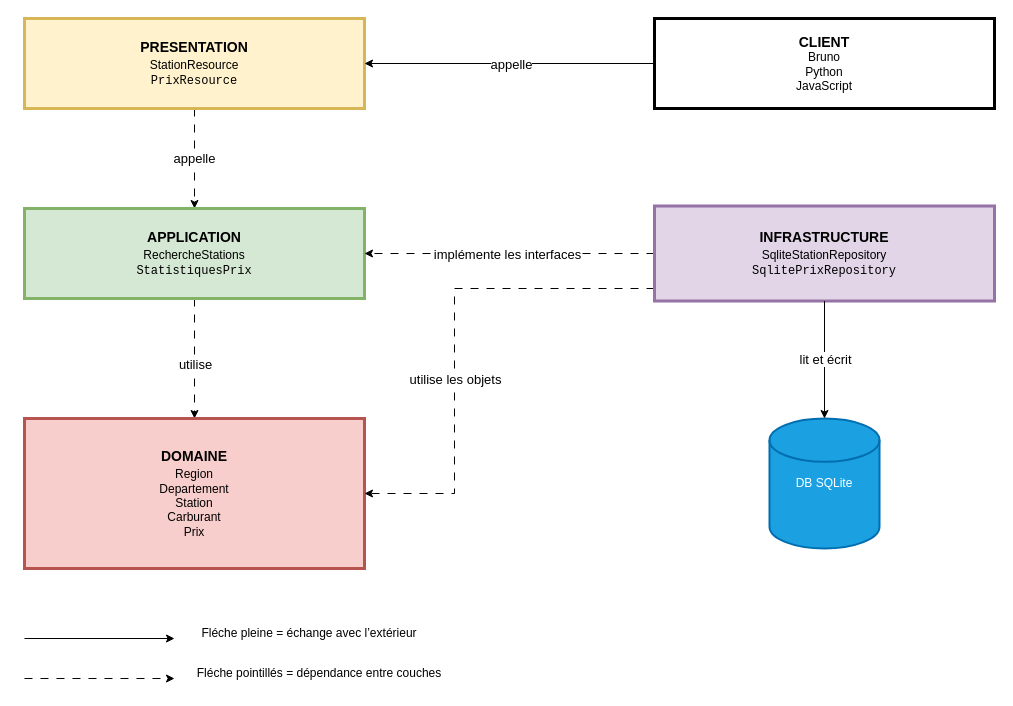
Before: docs/architecture.drawio in a-grasso-dev/PrixCarburants, a draw.io diagram. Source tidied: cells renumbered, new cells numbered last; positions are measured from the earlier drawing's top-left corner, leaving out a move shared by most shapes. Both pictures are drawn from the tidied source at 100%, with x=0, y=0 at pixel (24, 18).
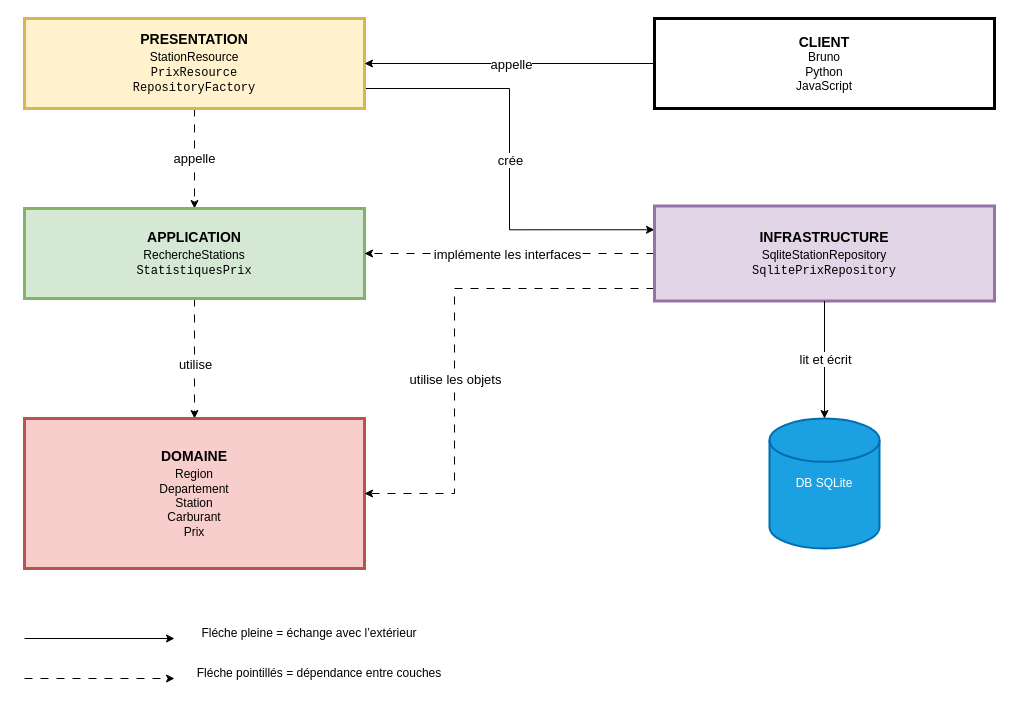
The same page after the edit.

Commit message (it also covers changes not shown here):
docs: ajout de la classe d'assemblage dans le schéma d'architecture

The change refers to these unchanged cells:
```xml
<mxCell id="13" value="&lt;b&gt;&lt;font style=&quot;font-size: 14px;&quot;&gt;INFRASTRUCTURE&lt;/font&gt;&lt;/b&gt;&lt;div&gt;SqliteStationRepository&lt;b&gt;&lt;font style=&quot;font-size: 14px;&quot;&gt;&lt;/font&gt;&lt;/b&gt;&lt;/div&gt;&lt;div&gt;&lt;code dir=&quot;ltr&quot;&gt;SqlitePrixRepository&lt;/code&gt;&lt;/div&gt;" style="rounded=0;whiteSpace=wrap;html=1;fillColor=#e1d5e7;strokeColor=#9673a6;strokeWidth=3;" parent="1" vertex="1">
  <mxGeometry x="630" y="187.5" width="340" height="95" as="geometry" />
</mxCell>
```

Change to the diagram source:
```diff
@@
+    <mxCell id="24" style="edgeStyle=orthogonalEdgeStyle;rounded=0;jettySize=auto;html=1;entryX=0;entryY=0.25;entryDx=0;entryDy=0;defaultLabelBackgroundColor=page;" parent="1" edge="1" source="4" target="13">
+      <mxGeometry x="-0.06" relative="1" as="geometry">
+        <Array as="points">
+          <mxPoint x="485" y="70" />
+          <mxPoint x="485" y="211.3" />
+        </Array>
+      </mxGeometry>
+    </mxCell>
+    <mxCell id="25" value="&lt;font style=&quot;font-size: 13px;&quot;&gt;crée&lt;/font&gt;" style="edgeLabel;html=1;align=center;verticalAlign=middle;inheritText=1;defaultLabelBackgroundColor=page;" parent="24" vertex="1">
+      <mxGeometry relative="1" as="geometry" />
+    </mxCell>
-    <mxCell id="4" value="&lt;b&gt;&lt;font style=&quot;font-size: 14px;&quot;&gt;PRESENTATION&lt;/font&gt;&lt;/b&gt;&lt;div&gt;StationResource&lt;b&gt;&lt;font style=&quot;font-size: 14px;&quot;&gt;&lt;/font&gt;&lt;/b&gt;&lt;/div&gt;&lt;div&gt;&lt;code dir=&quot;ltr&quot;&gt;PrixResource&lt;/code&gt;&lt;/div&gt;" style="rounded=0;whiteSpace=wrap;html=1;fillColor=#fff2cc;strokeColor=#d6b656;strokeWidth=3;" parent="1" vertex="1">
+    <mxCell id="4" value="&lt;b&gt;&lt;font style=&quot;font-size: 14px;&quot;&gt;PRESENTATION&lt;/font&gt;&lt;/b&gt;&lt;div&gt;StationResource&lt;b&gt;&lt;font style=&quot;font-size: 14px;&quot;&gt;&lt;/font&gt;&lt;/b&gt;&lt;/div&gt;&lt;div&gt;&lt;code dir=&quot;ltr&quot;&gt;PrixResource&lt;/code&gt;&lt;/div&gt;&lt;div&gt;&lt;code dir=&quot;ltr&quot;&gt;RepositoryFactory&lt;/code&gt;&lt;/div&gt;" style="rounded=0;whiteSpace=wrap;html=1;fillColor=#fff2cc;strokeColor=#d6b656;strokeWidth=3;" parent="1" vertex="1">
       <mxGeometry width="340" height="90" as="geometry" />
     </mxCell>
```
